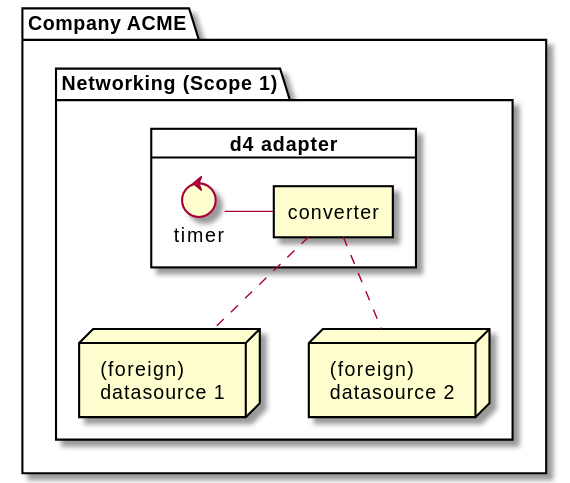
smart-energy-di/d4 keeps this PlantUML diagram as docs/deployment/plantuml/pictures/compay_acme_min03.svg. Above is the earlier version.
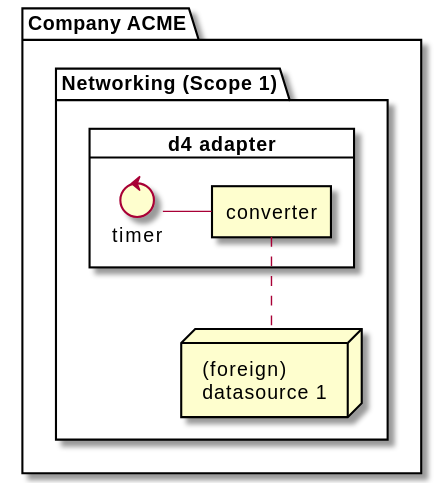
After the commit.

Change to the diagram source:
```diff
@@ -2,7 +2,7 @@
 !include include/d4_inc_scope.puml
 
 package ca as "Company ACME" {
-    $d4scope(ca, scp1, "Networking (Scope 1)", $show_ds1=true, $show_ds2=true, $show_ds3=false, $show_rproxy=false, $show_cache=false, $show_ui=false, $show_adpt=true)
+    $d4scope(ca, scp1, "Networking (Scope 1)", $show_ds1=true, $show_ds2=false, $show_ds3=false, $show_rproxy=false, $show_cache=false, $show_ui=false, $show_adpt=true)
 }
 
 @enduml
```
